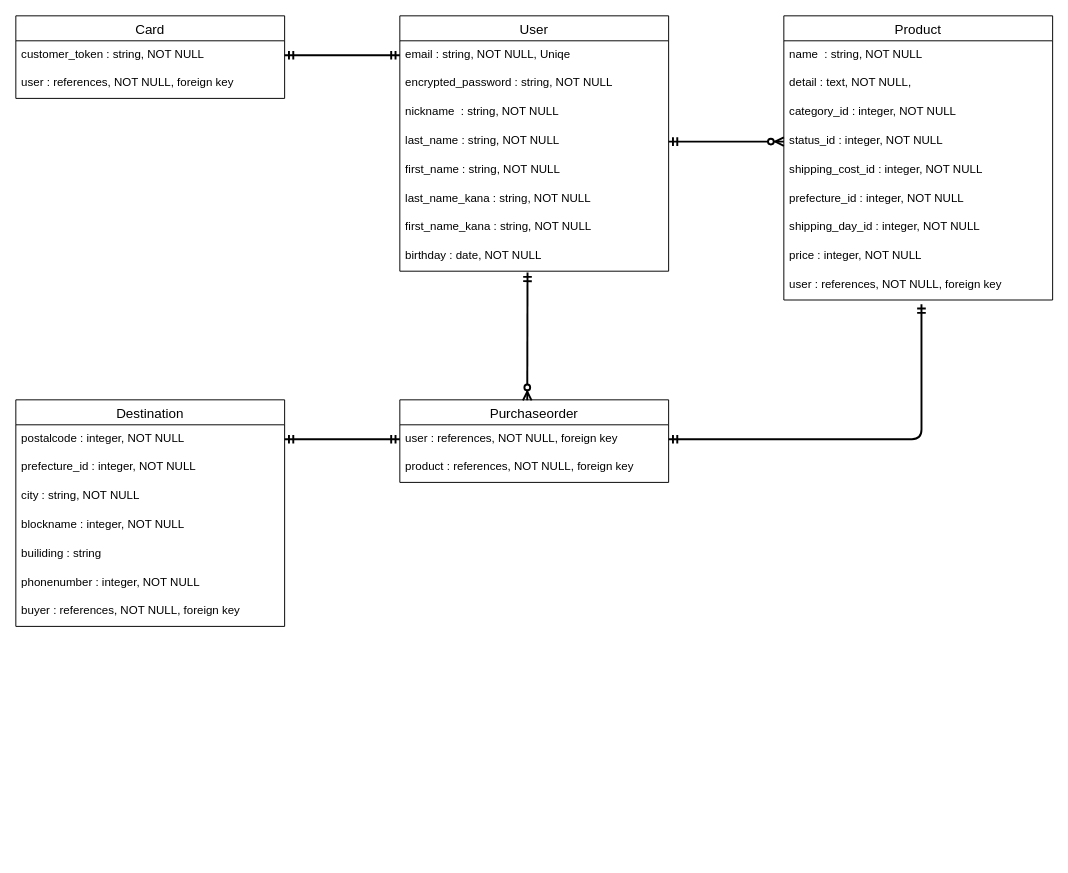
Above: furima.dio in teabana/furima-37947 (draw.io), before the change. Source tidied: cells renumbered, new cells numbered last; positions are measured from the earlier drawing's top-left corner, leaving out a move shared by most shapes. Both pictures are drawn from the tidied source at 96%, with x=0, y=0 at pixel (15, 15).
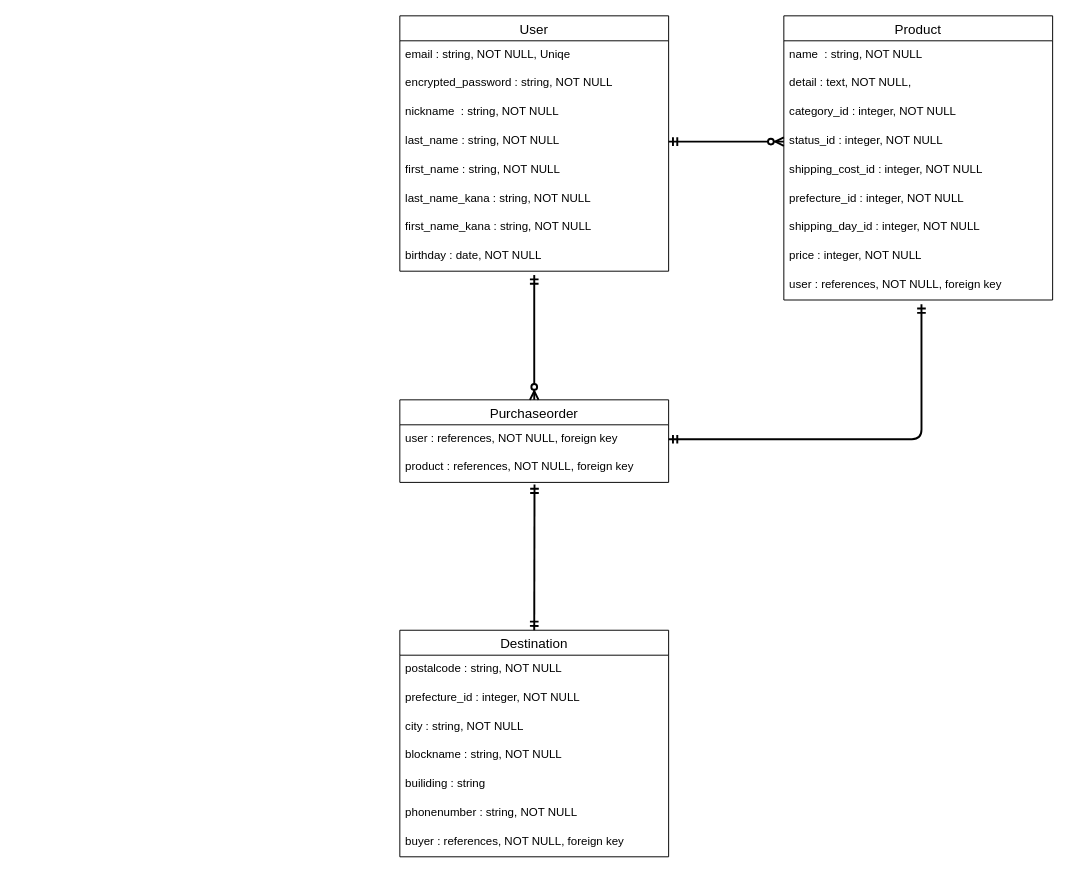
Above is the later version.

Commit message (it also covers changes not shown here):
データベース設計(修正一回目)

Unchanged cells that the change refers to:
```xml
<mxCell id="3" value="email : string, NOT NULL, Uniqe" style="text;strokeColor=none;fillColor=none;spacingLeft=4;spacingRight=4;overflow=hidden;points=[[0,0.5],[1,0.5]];portConstraint=eastwest;fontSize=12;" parent="2" vertex="1">
  <mxGeometry y="26" width="280" height="30" as="geometry" />
</mxCell>
<mxCell id="10" value="birthday : date, NOT NULL" style="text;strokeColor=none;fillColor=none;spacingLeft=4;spacingRight=4;overflow=hidden;points=[[0,0.5],[1,0.5]];portConstraint=eastwest;fontSize=12;" parent="2" vertex="1">
  <mxGeometry y="236" width="280" height="30" as="geometry" />
</mxCell>
<mxCell id="21" value="Purchaseorder" style="swimlane;fontStyle=0;horizontal=1;startSize=26;align=center;fontSize=14;" parent="1" vertex="1">
  <mxGeometry x="400" y="400" width="280" height="86" as="geometry" />
</mxCell>
<mxCell id="22" value="user : references, NOT NULL, foreign key" style="text;strokeColor=none;fillColor=none;spacingLeft=4;spacingRight=4;overflow=hidden;points=[[0,0.5],[1,0.5]];portConstraint=eastwest;fontSize=12;" parent="21" vertex="1">
  <mxGeometry y="26" width="280" height="30" as="geometry" />
</mxCell>
<mxCell id="23" value="product : references, NOT NULL, foreign key" style="text;strokeColor=none;fillColor=none;spacingLeft=4;spacingRight=4;overflow=hidden;points=[[0,0.5],[1,0.5]];portConstraint=eastwest;fontSize=12;" parent="21" vertex="1">
  <mxGeometry y="56" width="280" height="30" as="geometry" />
</mxCell>
```

Diff of the diagram source:
```diff
@@
     <mxCell id="24" value="Destination" style="swimlane;fontStyle=0;horizontal=1;startSize=26;align=center;fontSize=14;" parent="1" vertex="1">
-      <mxGeometry y="400" width="280" height="236" as="geometry" />
+      <mxGeometry x="400" y="640" width="280" height="236" as="geometry" />
     </mxCell>
-    <mxCell id="25" value="postalcode : integer, NOT NULL" style="text;strokeColor=none;fillColor=none;spacingLeft=4;spacingRight=4;overflow=hidden;points=[[0,0.5],[1,0.5]];portConstraint=eastwest;fontSize=12;" parent="24" vertex="1">
+    <mxCell id="25" value="postalcode : string, NOT NULL" style="text;strokeColor=none;fillColor=none;spacingLeft=4;spacingRight=4;overflow=hidden;points=[[0,0.5],[1,0.5]];portConstraint=eastwest;fontSize=12;" parent="24" vertex="1">
       <mxGeometry y="26" width="280" height="30" as="geometry" />
     </mxCell>
@@
-    <mxCell id="28" value="blockname : integer, NOT NULL" style="text;strokeColor=none;fillColor=none;spacingLeft=4;spacingRight=4;overflow=hidden;fontSize=12;" parent="24" vertex="1">
+    <mxCell id="28" value="blockname : string, NOT NULL" style="text;strokeColor=none;fillColor=none;spacingLeft=4;spacingRight=4;overflow=hidden;fontSize=12;" parent="24" vertex="1">
       <mxGeometry y="116" width="280" height="30" as="geometry" />
     </mxCell>
@@
-    <mxCell id="30" value="phonenumber : integer, NOT NULL" style="text;strokeColor=none;fillColor=none;spacingLeft=4;spacingRight=4;overflow=hidden;fontSize=12;" parent="24" vertex="1">
+    <mxCell id="30" value="phonenumber : string, NOT NULL" style="text;strokeColor=none;fillColor=none;spacingLeft=4;spacingRight=4;overflow=hidden;fontSize=12;" parent="24" vertex="1">
       <mxGeometry y="176" width="280" height="30" as="geometry" />
     </mxCell>
@@
-    <mxCell id="33" style="fontSize=12;html=1;endArrow=ERzeroToMany;startArrow=ERmandOne;entryX=0.474;entryY=0.006;entryDx=0;entryDy=0;entryPerimeter=0;exitX=0.475;exitY=1.046;exitDx=0;exitDy=0;exitPerimeter=0;strokeWidth=2;jumpSize=7;" parent="1" edge="1" source="10" target="21">
-      <mxGeometry relative="1" as="geometry" />
+    <mxCell id="33" style="fontSize=12;html=1;endArrow=ERzeroToMany;startArrow=ERmandOne;entryX=0.5;entryY=0;entryDx=0;entryDy=0;strokeWidth=2;jumpSize=7;" parent="1" edge="1" target="21">
+      <mxGeometry relative="1" as="geometry">
+        <mxPoint x="540" y="270" as="sourcePoint" />
+      </mxGeometry>
     </mxCell>
@@
-    <mxCell id="35" style="fontSize=12;html=1;endArrow=ERmandOne;startArrow=ERmandOne;strokeWidth=2;jumpSize=7;exitX=0;exitY=0.5;exitDx=0;exitDy=0;entryX=1;entryY=0.5;entryDx=0;entryDy=0;" parent="1" edge="1" source="22" target="25">
+    <mxCell id="35" style="fontSize=12;html=1;endArrow=ERmandOne;startArrow=ERmandOne;strokeWidth=2;jumpSize=7;exitX=0.501;exitY=1.069;exitDx=0;exitDy=0;entryX=0.5;entryY=0;entryDx=0;entryDy=0;exitPerimeter=0;" parent="1" edge="1" source="23" target="24">
       <mxGeometry relative="1" as="geometry" />
     </mxCell>
-    <mxCell id="36" value="Card" style="swimlane;fontStyle=0;horizontal=1;startSize=26;align=center;fontSize=14;" parent="1" vertex="1">
-      <mxGeometry width="280" height="86" as="geometry" />
-    </mxCell>
-    <mxCell id="37" value="customer_token : string, NOT NULL" style="text;strokeColor=none;fillColor=none;spacingLeft=4;spacingRight=4;overflow=hidden;points=[[0,0.5],[1,0.5]];portConstraint=eastwest;fontSize=12;" parent="36" vertex="1">
-      <mxGeometry y="26" width="280" height="30" as="geometry" />
-    </mxCell>
-    <mxCell id="38" value="user : references, NOT NULL, foreign key" style="text;strokeColor=none;fillColor=none;spacingLeft=4;spacingRight=4;overflow=hidden;fontSize=12;" parent="36" vertex="1">
-      <mxGeometry y="56" width="280" height="30" as="geometry" />
-    </mxCell>
-    <mxCell id="39" style="fontSize=12;html=1;endArrow=ERmandOne;startArrow=ERmandOne;strokeWidth=2;jumpSize=7;exitX=1;exitY=0.5;exitDx=0;exitDy=0;entryX=0;entryY=0.5;entryDx=0;entryDy=0;" parent="1" edge="1" source="37" target="3">
-      <mxGeometry relative="1" as="geometry" />
-    </mxCell>
```
